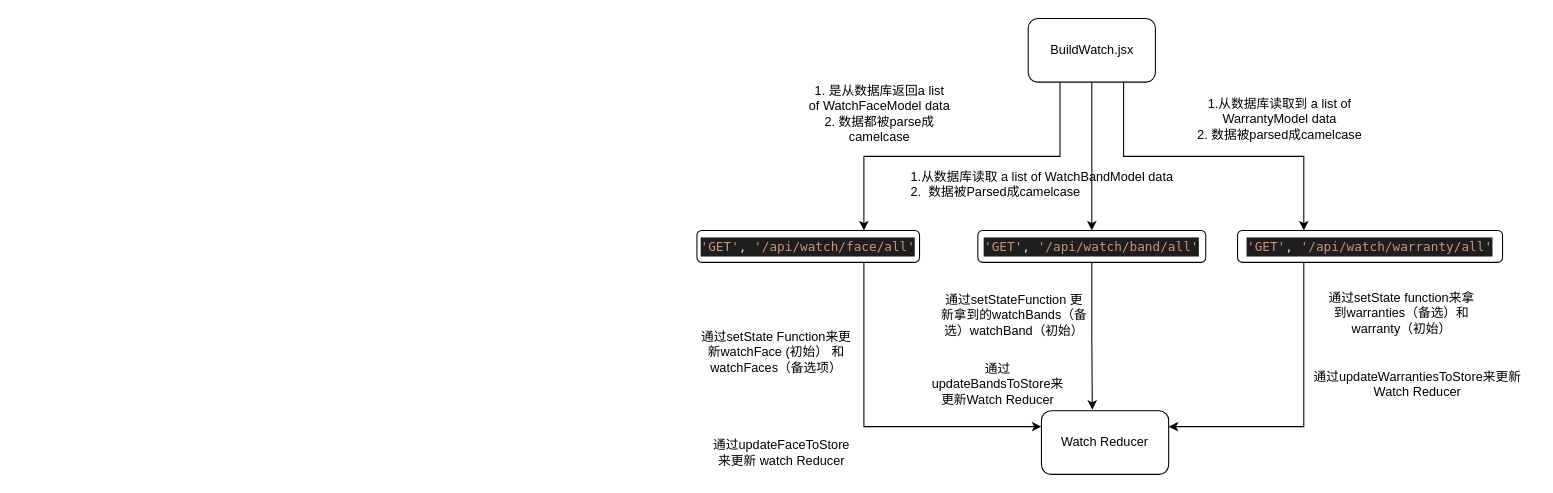
This is _frontend/docs/BuildWatch-Page.drawio from yiran1201/omicron, a draw.io file, before an edit. Source tidied: cells renumbered, new cells numbered last; positions are measured from the earlier drawing's top-left corner, leaving out a move shared by most shapes. Both pictures are drawn from the tidied source at 106%, with x=0, y=0 at pixel (696, 18).
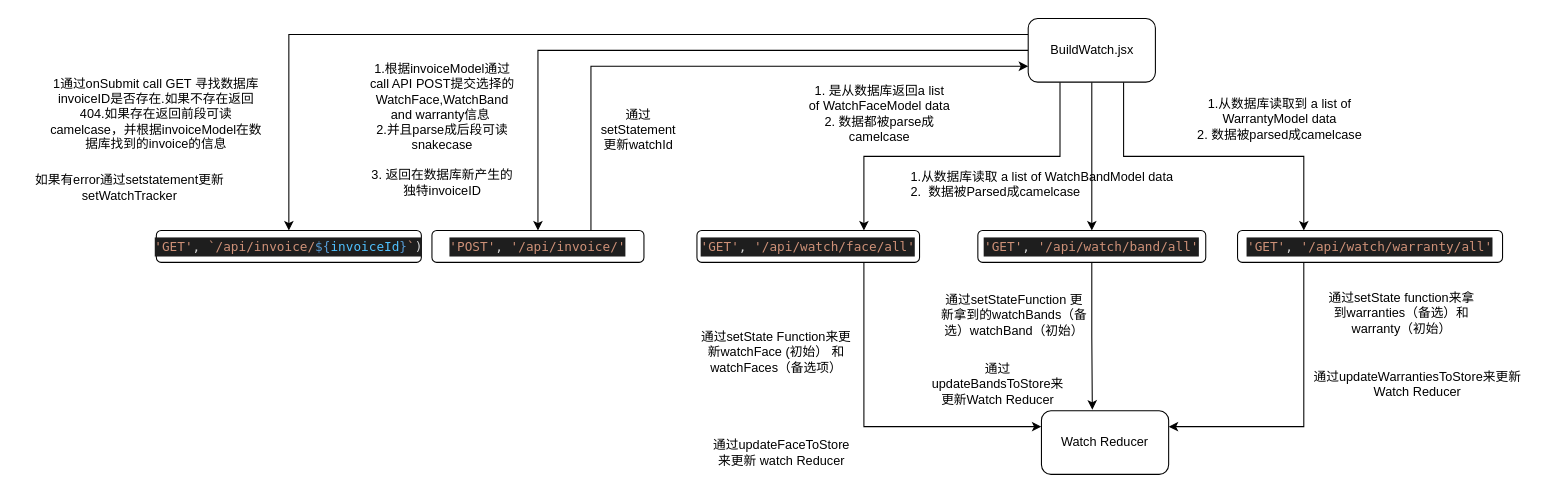
The same diagram, later.

The change refers to these unchanged cells:
```xml
<mxCell id="11" value="BuildWatch.jsx" style="rounded=1;whiteSpace=wrap;html=1;" parent="1" vertex="1">
  <mxGeometry x="312.5" width="120" height="60" as="geometry" />
</mxCell>
```

What changed in the source:
```diff
@@
+    <mxCell id="22" style="edgeStyle=orthogonalEdgeStyle;rounded=0;jettySize=auto;html=1;entryX=0.5;entryY=0;entryDx=0;entryDy=0;" parent="1" edge="1" source="11" target="25">
+      <mxGeometry relative="1" as="geometry" />
+    </mxCell>
+    <mxCell id="23" style="edgeStyle=orthogonalEdgeStyle;rounded=0;jettySize=auto;html=1;exitX=0;exitY=0.25;exitDx=0;exitDy=0;entryX=0.5;entryY=0;entryDx=0;entryDy=0;" parent="1" edge="1" source="11" target="27">
+      <mxGeometry relative="1" as="geometry" />
+    </mxCell>
@@
+    <mxCell id="24" style="edgeStyle=orthogonalEdgeStyle;rounded=0;jettySize=auto;html=1;exitX=0.75;exitY=0;exitDx=0;exitDy=0;entryX=0;entryY=0.75;entryDx=0;entryDy=0;" parent="1" edge="1" source="25" target="11">
+      <mxGeometry relative="1" as="geometry" />
+    </mxCell>
+    <mxCell id="25" value="&lt;div style=&quot;color: rgb(212 , 212 , 212) ; background-color: rgb(30 , 30 , 30) ; font-family: &amp;#34;menlo&amp;#34; , &amp;#34;monaco&amp;#34; , &amp;#34;courier new&amp;#34; , monospace ; line-height: 18px ; white-space: pre&quot;&gt;&lt;span style=&quot;color: #ce9178&quot;&gt;'POST'&lt;/span&gt;, &lt;span style=&quot;color: #ce9178&quot;&gt;'/api/invoice/'&lt;/span&gt;&lt;/div&gt;" style="rounded=1;whiteSpace=wrap;html=1;" parent="1" vertex="1">
+      <mxGeometry x="-250" y="200" width="200" height="30" as="geometry" />
+    </mxCell>
+    <mxCell id="26" value="1.根据invoiceModel通过call API POST提交选择的WatchFace,WatchBand and warranty信息&amp;nbsp;&lt;br&gt;2.并且parse成后段可读snakecase&lt;br&gt;&lt;br&gt;3. 返回在数据库新产生的独特invoiceID" style="text;html=1;strokeColor=none;fillColor=none;align=center;verticalAlign=middle;whiteSpace=wrap;rounded=0;" parent="1" vertex="1">
+      <mxGeometry x="-310" y="95" width="140" height="20" as="geometry" />
+    </mxCell>
+    <mxCell id="27" value="&lt;div style=&quot;color: rgb(212 , 212 , 212) ; background-color: rgb(30 , 30 , 30) ; font-family: &amp;#34;menlo&amp;#34; , &amp;#34;monaco&amp;#34; , &amp;#34;courier new&amp;#34; , monospace ; line-height: 18px ; white-space: pre&quot;&gt;&lt;span style=&quot;color: #ce9178&quot;&gt;'GET'&lt;/span&gt;, &lt;span style=&quot;color: #ce9178&quot;&gt;`/api/invoice/&lt;/span&gt;&lt;span style=&quot;color: #569cd6&quot;&gt;${&lt;/span&gt;&lt;span style=&quot;color: #4fc1ff&quot;&gt;invoiceId&lt;/span&gt;&lt;span style=&quot;color: #569cd6&quot;&gt;}&lt;/span&gt;&lt;span style=&quot;color: #ce9178&quot;&gt;`&lt;/span&gt;)&lt;/div&gt;" style="rounded=1;whiteSpace=wrap;html=1;" parent="1" vertex="1">
+      <mxGeometry x="-510" y="200" width="250" height="30" as="geometry" />
+    </mxCell>
+    <mxCell id="28" value="通过setStatement更新watchId" style="text;html=1;strokeColor=none;fillColor=none;align=center;verticalAlign=middle;whiteSpace=wrap;rounded=0;" parent="1" vertex="1">
+      <mxGeometry x="-90" y="95" width="70" height="20" as="geometry" />
+    </mxCell>
+    <mxCell id="29" value="1通过onSubmit call GET 寻找数据库invoiceID是否存在.如果不存在返回404.如果存在返回前段可读camelcase，并根据invoiceModel在数据库找到的invoice的信息" style="text;html=1;strokeColor=none;fillColor=none;align=center;verticalAlign=middle;whiteSpace=wrap;rounded=0;" parent="1" vertex="1">
+      <mxGeometry x="-615" y="55" width="210" height="70" as="geometry" />
+    </mxCell>
+    <mxCell id="30" value="如果有error通过setstatement更新setWatchTracker" style="text;html=1;strokeColor=none;fillColor=none;align=center;verticalAlign=middle;whiteSpace=wrap;rounded=0;" parent="1" vertex="1">
+      <mxGeometry x="-640" y="150" width="210" height="20" as="geometry" />
+    </mxCell>
```
